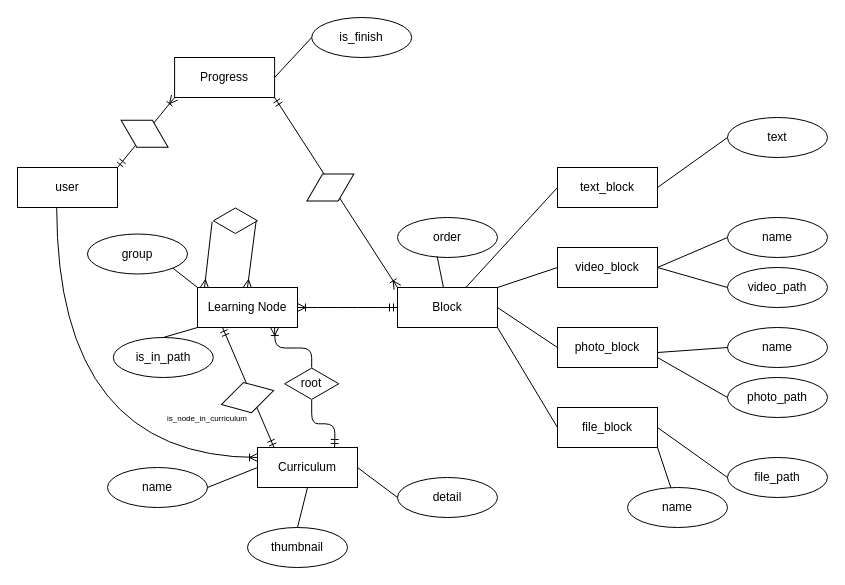
Before: Untitled Diagram.drawio in TendonT52/ProjectProgMath, a draw.io diagram. Source tidied: cells renumbered, new cells numbered last; positions are measured from the earlier drawing's top-left corner, leaving out a move shared by most shapes. Both pictures are drawn from the tidied source at 100%, with x=0, y=0 at pixel (17, 17).
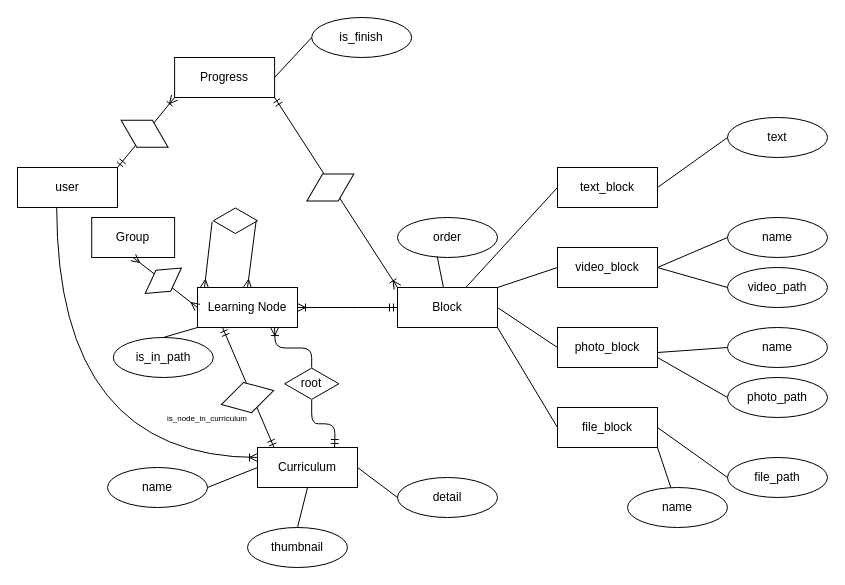
Above is the later version.

The change refers to these unchanged cells:
```xml
<mxCell id="3" value="Learning Node" style="whiteSpace=wrap;html=1;align=center;" parent="1" vertex="1">
  <mxGeometry x="180" y="270" width="100" height="40" as="geometry" />
</mxCell>
```

The edit, as a diff of the source:
```diff
@@
-    <mxCell id="21" value="group" style="ellipse;whiteSpace=wrap;html=1;align=center;" parent="1" vertex="1">
-      <mxGeometry x="70" y="216.5" width="100" height="40" as="geometry" />
-    </mxCell>
@@
-    <mxCell id="54" style="endArrow=none;html=1;rounded=0;entryX=1;entryY=1;entryDx=0;entryDy=0;exitX=0;exitY=0;exitDx=0;exitDy=0;" parent="1" edge="1" source="3" target="21">
-      <mxGeometry relative="1" as="geometry" />
-    </mxCell>
@@
+    <mxCell id="58" value="Group" style="whiteSpace=wrap;html=1;align=center;" parent="1" vertex="1">
+      <mxGeometry x="74.2" y="200" width="82.9" height="40" as="geometry" />
+    </mxCell>
+    <mxCell id="59" style="edgeStyle=none;rounded=0;orthogonalLoop=1;jettySize=auto;html=1;exitX=0;exitY=0;exitDx=0;exitDy=0;" parent="1" edge="1" source="58" target="58">
+      <mxGeometry relative="1" as="geometry" />
+    </mxCell>
+    <mxCell id="60" style="fontSize=12;html=1;endArrow=ERmany;startArrow=ERmany;entryX=0.5;entryY=1;entryDx=0;entryDy=0;exitX=0;exitY=0.5;exitDx=0;exitDy=0;" parent="1" edge="1" source="3" target="58">
+      <mxGeometry relative="1" as="geometry" />
+    </mxCell>
+    <mxCell id="61" style="html=1;whiteSpace=wrap;shape=isoRectangle;rotation=-35;" parent="1" vertex="1">
+      <mxGeometry x="123.7" y="250" width="44.2" height="26.5" as="geometry" />
+    </mxCell>
```
